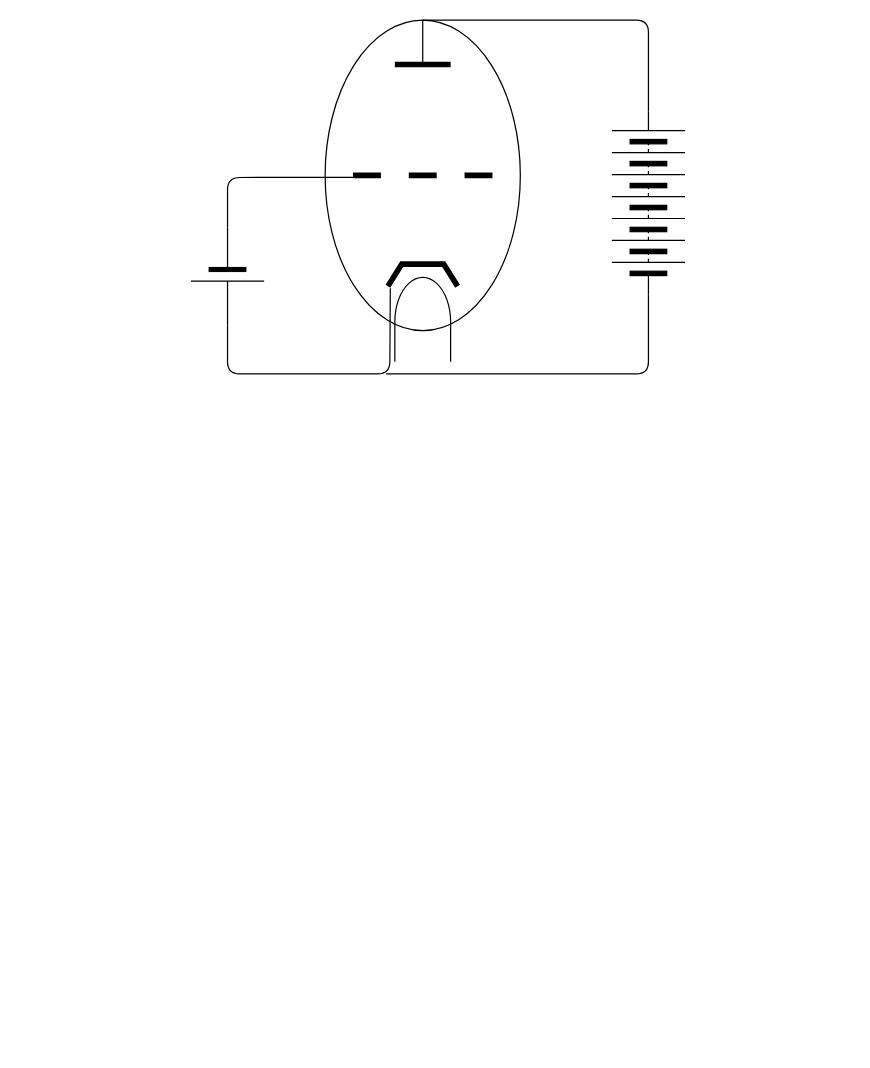
Earlier version of the draw.io diagram draw/RF.drawio (tnakaicode/Note). Source tidied: cells renumbered, new cells numbered last; positions are measured from the earlier drawing's top-left corner, leaving out a move shared by most shapes. Both pictures are drawn from the tidied source at 122%, with x=0, y=0 at pixel (178, 20).
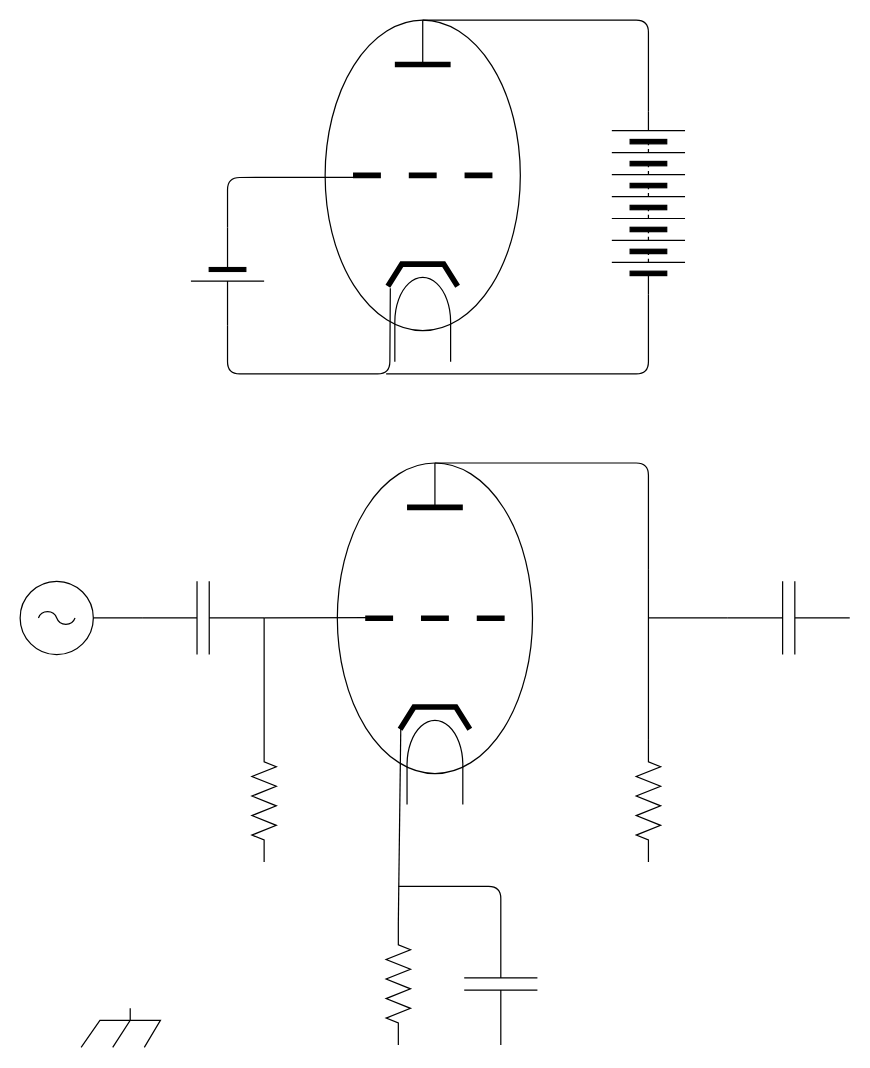
Above is the later version.

What changed in the source:
```diff
@@
+    <mxCell id="9" style="verticalLabelPosition=bottom;shadow=0;dashed=0;align=center;html=1;verticalAlign=top;shape=mxgraph.electrical.thermionic_devices.triode;" parent="1" vertex="1">
+      <mxGeometry x="130" y="363" width="160" height="280" as="geometry" />
+    </mxCell>
+    <mxCell id="10" style="endArrow=none;html=1;exitX=0.5;exitY=0;exitDx=0;exitDy=0;exitPerimeter=0;" parent="1" edge="1" source="9">
+      <mxGeometry relative="1" as="geometry">
+        <mxPoint x="385" y="450" as="targetPoint" />
+        <Array as="points">
+          <mxPoint x="385" y="363" />
+        </Array>
+      </mxGeometry>
+    </mxCell>
+    <mxCell id="11" style="verticalLabelPosition=bottom;shadow=0;dashed=0;align=center;html=1;verticalAlign=top;shape=mxgraph.electrical.signal_sources.ac_source;" parent="1" vertex="1">
+      <mxGeometry x="-130" y="460" width="60" height="60" as="geometry" />
+    </mxCell>
+    <mxCell id="12" style="verticalLabelPosition=bottom;shadow=0;dashed=0;align=center;html=1;verticalAlign=top;shape=mxgraph.electrical.capacitors.capacitor_1;" parent="1" vertex="1">
+      <mxGeometry x="-30" y="460" width="100" height="60" as="geometry" />
+    </mxCell>
+    <mxCell id="13" style="endArrow=none;html=1;exitX=1;exitY=0.5;exitDx=0;exitDy=0;exitPerimeter=0;entryX=0.169;entryY=0.453;entryDx=0;entryDy=0;entryPerimeter=0;" parent="1" edge="1" source="12" target="9">
+      <mxGeometry relative="1" as="geometry" />
+    </mxCell>
+    <mxCell id="14" style="endArrow=none;html=1;exitX=1;exitY=0.5;exitDx=0;exitDy=0;exitPerimeter=0;entryX=0;entryY=0.5;entryDx=0;entryDy=0;entryPerimeter=0;" parent="1" edge="1" source="11" target="12">
+      <mxGeometry relative="1" as="geometry" />
+    </mxCell>
+    <mxCell id="15" style="verticalLabelPosition=bottom;shadow=0;dashed=0;align=center;html=1;verticalAlign=top;shape=mxgraph.electrical.resistors.resistor_2;rotation=90;" parent="1" vertex="1">
+      <mxGeometry x="20" y="630" width="100" height="20" as="geometry" />
+    </mxCell>
+    <mxCell id="16" style="endArrow=none;html=1;exitX=1;exitY=0.5;exitDx=0;exitDy=0;exitPerimeter=0;entryX=0;entryY=0.5;entryDx=0;entryDy=0;entryPerimeter=0;" parent="1" edge="1" source="12" target="15">
+      <mxGeometry relative="1" as="geometry" />
+    </mxCell>
+    <mxCell id="17" style="verticalLabelPosition=bottom;shadow=0;dashed=0;align=center;html=1;verticalAlign=top;shape=mxgraph.electrical.resistors.resistor_2;rotation=90;" parent="1" vertex="1">
+      <mxGeometry x="130" y="780" width="100" height="20" as="geometry" />
+    </mxCell>
+    <mxCell id="18" style="endArrow=none;html=1;entryX=0;entryY=0.5;entryDx=0;entryDy=0;entryPerimeter=0;exitX=0.325;exitY=0.779;exitDx=0;exitDy=0;exitPerimeter=0;" parent="1" edge="1" source="9" target="17">
+      <mxGeometry relative="1" as="geometry" />
+    </mxCell>
+    <mxCell id="19" style="verticalLabelPosition=bottom;shadow=0;dashed=0;align=center;html=1;verticalAlign=top;shape=mxgraph.electrical.capacitors.capacitor_1;rotation=90;" parent="1" vertex="1">
+      <mxGeometry x="214" y="760" width="100" height="60" as="geometry" />
+    </mxCell>
+    <mxCell id="20" style="endArrow=none;html=1;entryX=0;entryY=0.5;entryDx=0;entryDy=0;entryPerimeter=0;" parent="1" edge="1" target="19">
+      <mxGeometry relative="1" as="geometry">
+        <mxPoint x="180" y="710" as="sourcePoint" />
+        <Array as="points">
+          <mxPoint x="264" y="710" />
+        </Array>
+      </mxGeometry>
+    </mxCell>
+    <mxCell id="21" style="verticalLabelPosition=bottom;shadow=0;dashed=0;align=center;html=1;verticalAlign=top;shape=mxgraph.electrical.resistors.resistor_2;rotation=90;" parent="1" vertex="1">
+      <mxGeometry x="335" y="630" width="100" height="20" as="geometry" />
+    </mxCell>
+    <mxCell id="22" style="endArrow=none;html=1;entryX=0;entryY=0.5;entryDx=0;entryDy=0;entryPerimeter=0;" parent="1" edge="1" target="21">
+      <mxGeometry relative="1" as="geometry">
+        <mxPoint x="385" y="450" as="sourcePoint" />
+      </mxGeometry>
+    </mxCell>
+    <mxCell id="23" style="verticalLabelPosition=bottom;shadow=0;dashed=0;align=center;html=1;verticalAlign=top;shape=mxgraph.electrical.capacitors.capacitor_1;" parent="1" vertex="1">
+      <mxGeometry x="450" y="460" width="100" height="60" as="geometry" />
+    </mxCell>
+    <mxCell id="24" style="endArrow=none;html=1;entryX=0;entryY=0.5;entryDx=0;entryDy=0;entryPerimeter=0;" parent="1" edge="1" target="23">
+      <mxGeometry relative="1" as="geometry">
+        <mxPoint x="385" y="490" as="sourcePoint" />
+      </mxGeometry>
+    </mxCell>
+    <mxCell id="25" style="verticalLabelPosition=bottom;shadow=0;dashed=0;align=center;html=1;verticalAlign=top;shape=mxgraph.electrical.miscellaneous.chassis;" parent="1" vertex="1">
+      <mxGeometry x="-80" y="810" width="65" height="32" as="geometry" />
+    </mxCell>
```
